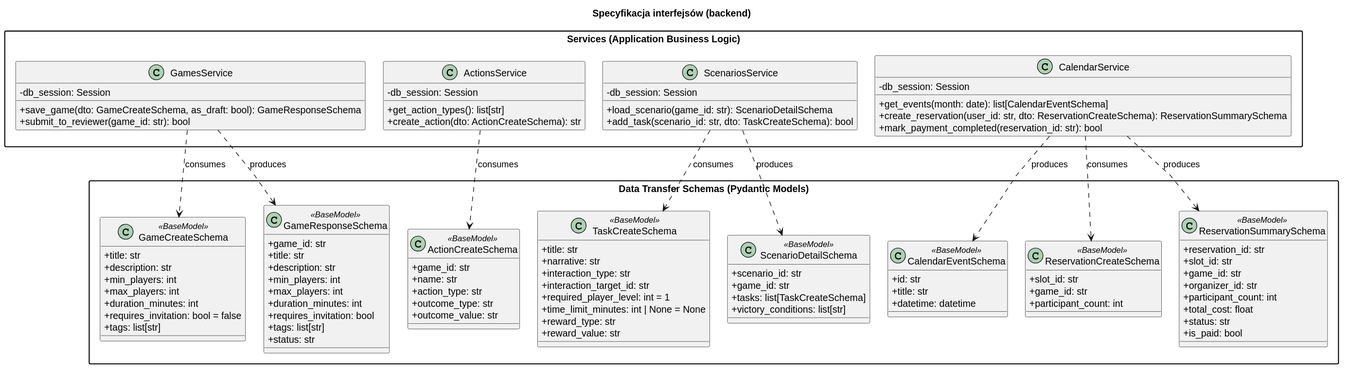
The PlantUML diagram diagrams/backend/rendered/interfaces.svg in Igor-Ochocki/POP-2026Z, before a commit. Its diagram source:
```plantuml
@startuml
skinparam classAttributeIconSize 0
skinparam packageStyle rectangle
skinparam shadowing false
skinparam roundcorner 4
skinparam nodesep 26
skinparam ranksep 34
skinparam linetype polyline

title Specyfikacja interfejsów (backend)

package "Data Transfer Schemas (Pydantic Models)" {
    class GameCreateSchema <<BaseModel>> {
        + title: str
        + description: str
        + min_players: int
        + max_players: int
        + duration_minutes: int
        + requires_invitation: bool = false
        + tags: list[str]
    }

    class GameResponseSchema <<BaseModel>> {
        + game_id: str
        + title: str
        + description: str
        + min_players: int
        + max_players: int
        + duration_minutes: int
        + requires_invitation: bool
        + tags: list[str]
        + status: str
    }

    class ActionCreateSchema <<BaseModel>> {
        + game_id: str
        + name: str
        + action_type: str
        + outcome_type: str
        + outcome_value: str
    }

    class TaskCreateSchema <<BaseModel>> {
        + title: str
        + narrative: str
        + interaction_type: str
        + interaction_target_id: str
        + required_player_level: int = 1
        + time_limit_minutes: int | None = None
        + reward_type: str
        + reward_value: str
    }

    class ScenarioDetailSchema <<BaseModel>> {
        + scenario_id: str
        + game_id: str
        + tasks: list[TaskCreateSchema]
        + victory_conditions: list[str]
    }

    class CalendarEventSchema <<BaseModel>> {
        + id: str
        + title: str
        + datetime: datetime
    }

    class ReservationCreateSchema <<BaseModel>> {
        + slot_id: str
        + game_id: str
        + participant_count: int
    }

    class ReservationSummarySchema <<BaseModel>> {
        + reservation_id: str
        + slot_id: str
        + game_id: str
        + organizer_id: str
        + participant_count: int
        + total_cost: float
        + status: str
        + is_paid: bool
    }
}

package "Services (Application Business Logic)" {
    class GamesService {
        - db_session: Session
        + save_game(dto: GameCreateSchema, as_draft: bool): GameResponseSchema
        + submit_to_reviewer(game_id: str): bool
    }

    class ActionsService {
        - db_session: Session
        + get_action_types(): list[str]
        + create_action(dto: ActionCreateSchema): str
    }

    class ScenariosService {
        - db_session: Session
        + load_scenario(game_id: str): ScenarioDetailSchema
        + add_task(scenario_id: str, dto: TaskCreateSchema): bool
    }

    class CalendarService {
        - db_session: Session
        + get_events(month: date): list[CalendarEventSchema]
        + create_reservation(user_id: str, dto: ReservationCreateSchema): ReservationSummarySchema
        + mark_payment_completed(reservation_id: str): bool
    }
}

GamesService ..> GameCreateSchema : consumes
GamesService ..> GameResponseSchema : produces
ActionsService ..> ActionCreateSchema : consumes
ScenariosService ..> ScenarioDetailSchema : produces
ScenariosService ..> TaskCreateSchema : consumes
CalendarService ..> CalendarEventSchema : produces
CalendarService ..> ReservationCreateSchema : consumes
CalendarService ..> ReservationSummarySchema : produces
@enduml
```
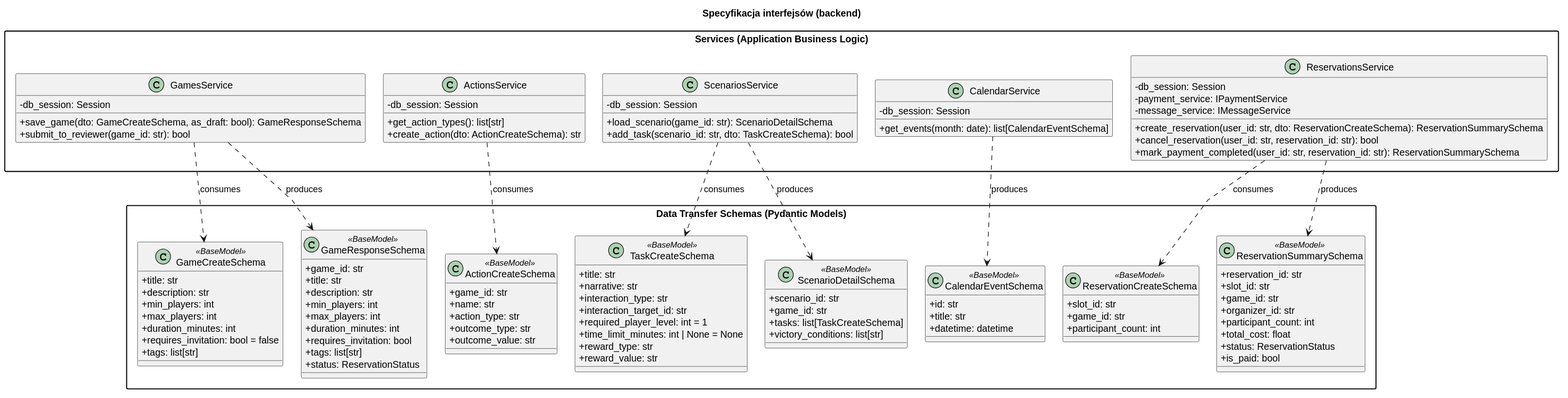
The same file after the commit.

What changed in the source:
```diff
@@ -29,7 +29,7 @@
         + duration_minutes: int
         + requires_invitation: bool
         + tags: list[str]
-        + status: str
+        + status: ReservationStatus
     }
 
     class ActionCreateSchema <<BaseModel>> {
@@ -77,7 +77,7 @@
         + organizer_id: str
         + participant_count: int
         + total_cost: float
-        + status: str
+        + status: ReservationStatus
         + is_paid: bool
     }
 }
@@ -104,8 +104,15 @@
     class CalendarService {
         - db_session: Session
         + get_events(month: date): list[CalendarEventSchema]
+    }
+
+    class ReservationsService {
+        - db_session: Session
+        - payment_service: IPaymentService
+        - message_service: IMessageService
         + create_reservation(user_id: str, dto: ReservationCreateSchema): ReservationSummarySchema
-        + mark_payment_completed(reservation_id: str): bool
+        + cancel_reservation(user_id: str, reservation_id: str): bool
+        + mark_payment_completed(user_id: str, reservation_id: str): ReservationSummarySchema
     }
 }
 
@@ -115,6 +122,6 @@
 ScenariosService ..> ScenarioDetailSchema : produces
 ScenariosService ..> TaskCreateSchema : consumes
 CalendarService ..> CalendarEventSchema : produces
-CalendarService ..> ReservationCreateSchema : consumes
-CalendarService ..> ReservationSummarySchema : produces
+ReservationsService ..> ReservationCreateSchema : consumes
+ReservationsService ..> ReservationSummarySchema : produces
 @enduml
```
